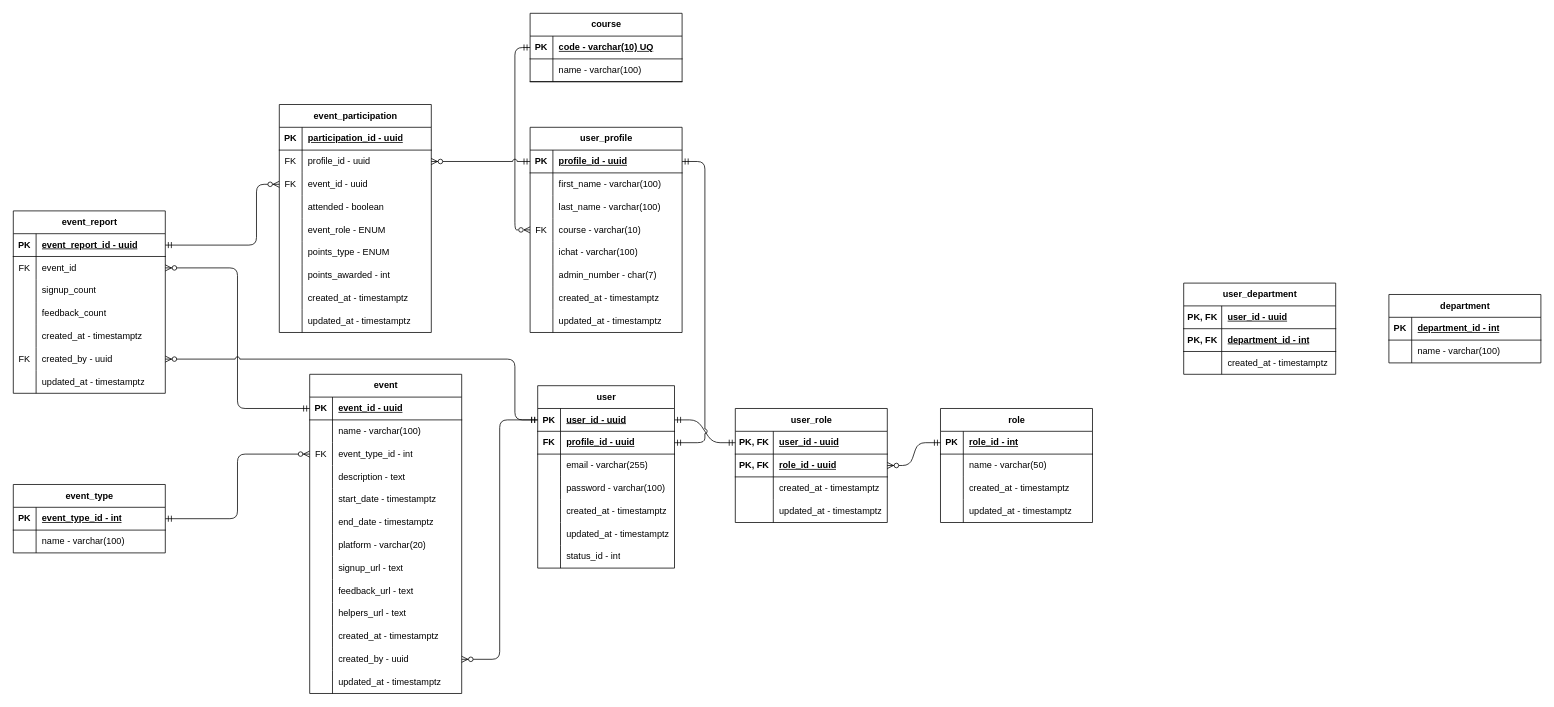
This is documentation/entity-diagram.drawio from proj-root/project-auxilium, a draw.io file, before an edit. Source tidied: cells renumbered, new cells numbered last; positions are measured from the earlier drawing's top-left corner, leaving out a move shared by most shapes. Both pictures are drawn from the tidied source at 76%, with x=0, y=0 at pixel (13, 13).
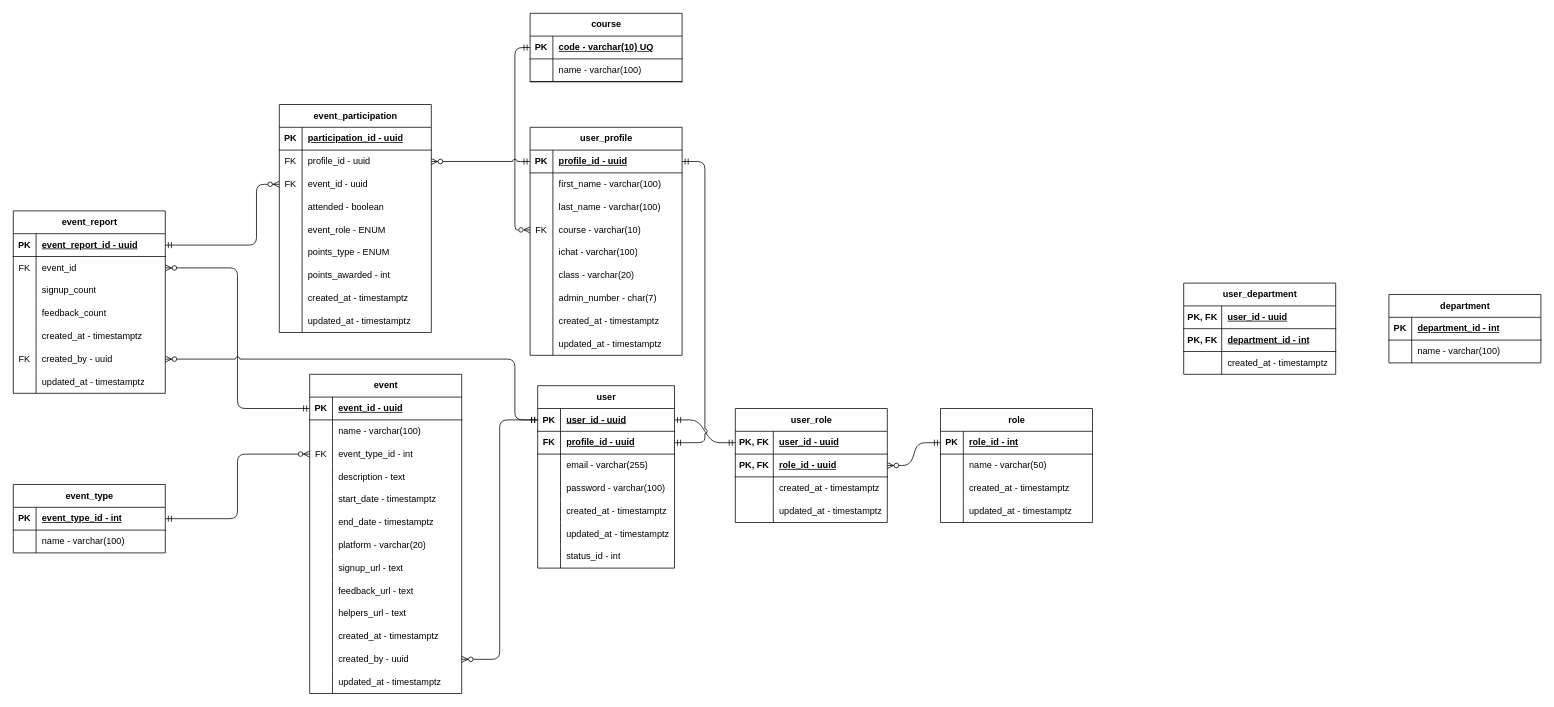
After the change.

Diff of the diagram source:
```diff
@@
     <mxCell id="52" value="user_profile" style="shape=table;startSize=30;childLayout=tableLayout;rowLines=0;fontStyle=1;align=center;html=1;" parent="1" vertex="1">
-      <mxGeometry x="680" y="150" width="200" height="270" as="geometry" />
+      <mxGeometry x="680" y="150" width="200" height="300" as="geometry" />
     </mxCell>
@@
+    <mxCell id="206" style="shape=tableRow;horizontal=0;startSize=0;swimlaneHead=0;swimlaneBody=0;fillColor=none;top=0;left=0;right=0;bottom=0;" parent="52" vertex="1">
+      <mxGeometry y="180" width="200" height="30" as="geometry" />
+    </mxCell>
+    <mxCell id="207" style="shape=partialRectangle;fillColor=none;top=0;left=0;bottom=0;right=0;overflow=hidden;whiteSpace=wrap;html=1;" parent="206" vertex="1">
+      <mxGeometry width="30" height="30" as="geometry" />
+    </mxCell>
+    <mxCell id="208" value="class - varchar(20)" style="shape=partialRectangle;fillColor=none;top=0;left=0;bottom=0;right=0;align=left;spacingLeft=6;overflow=hidden;whiteSpace=wrap;html=1;" parent="206" vertex="1">
+      <mxGeometry x="30" width="170" height="30" as="geometry" />
+    </mxCell>
     <mxCell id="68" style="shape=tableRow;horizontal=0;startSize=0;swimlaneHead=0;swimlaneBody=0;fillColor=none;top=0;left=0;right=0;bottom=0;" parent="52" vertex="1">
-      <mxGeometry y="180" width="200" height="30" as="geometry" />
+      <mxGeometry y="210" width="200" height="30" as="geometry" />
     </mxCell>
@@
     <mxCell id="71" style="shape=tableRow;horizontal=0;startSize=0;swimlaneHead=0;swimlaneBody=0;fillColor=none;top=0;left=0;right=0;bottom=0;" parent="52" vertex="1">
-      <mxGeometry y="210" width="200" height="30" as="geometry" />
+      <mxGeometry y="240" width="200" height="30" as="geometry" />
     </mxCell>
@@
     <mxCell id="74" style="shape=tableRow;horizontal=0;startSize=0;swimlaneHead=0;swimlaneBody=0;fillColor=none;top=0;left=0;right=0;bottom=0;" parent="52" vertex="1">
-      <mxGeometry y="240" width="200" height="30" as="geometry" />
+      <mxGeometry y="270" width="200" height="30" as="geometry" />
     </mxCell>
```
